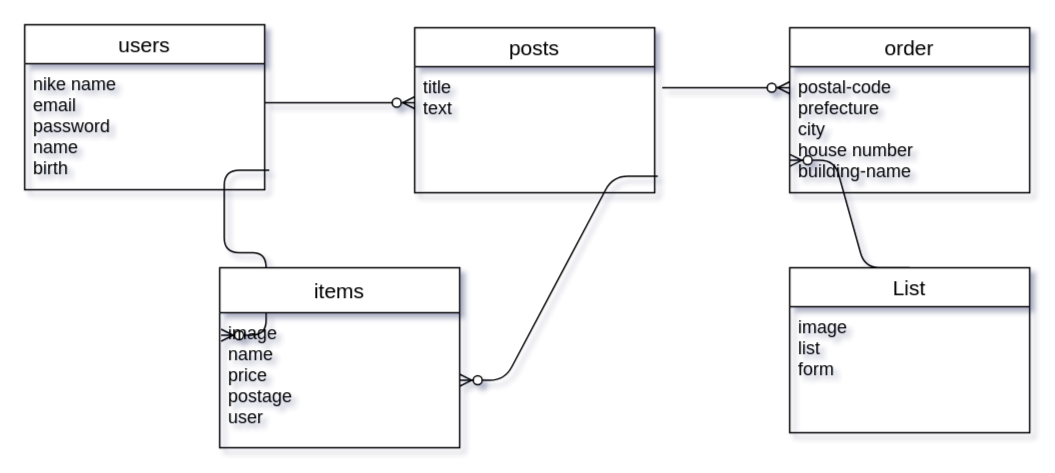
syo0306/furima-32152 keeps this draw.io diagram as test.dio. Above is the earlier version. Source tidied: cells renumbered, new cells numbered last; positions are measured from the earlier drawing's top-left corner, leaving out a move shared by most shapes. Both pictures are drawn from the tidied source at 150%, with x=0, y=0 at pixel (24, 24).
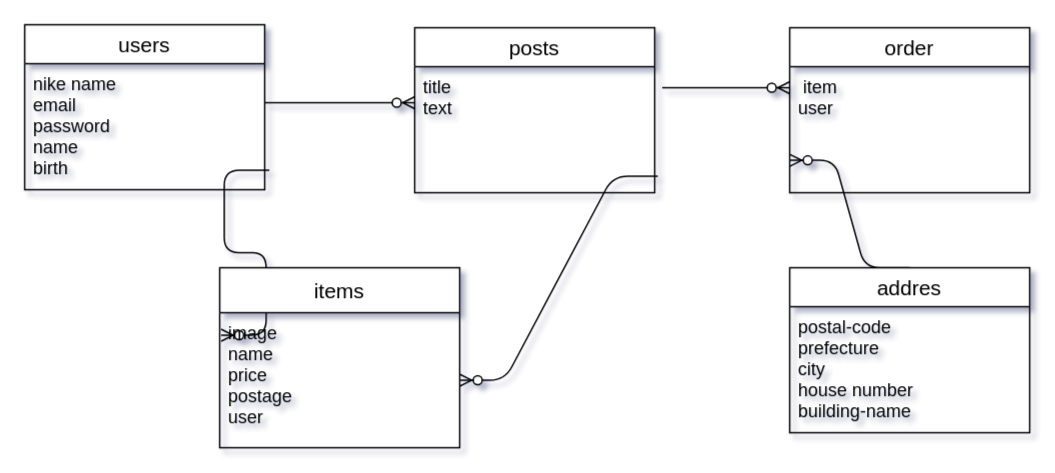
The same page after the edit.

Diff of the diagram source:
```diff
@@
 <mxGraphModel shadow="1">
   <root>
     <mxCell id="0" />
     <mxCell id="1" parent="0" />
     <mxCell id="2" value="users" style="swimlane;fontStyle=0;horizontal=1;startSize=26;align=center;fontSize=14;" parent="1" vertex="1">
       <mxGeometry width="160" height="110" as="geometry" />
     </mxCell>
     <mxCell id="3" value="nike name&#10;email&#10;password&#10;name&#10;birth" style="text;strokeColor=none;fillColor=none;spacingLeft=4;spacingRight=4;overflow=hidden;points=[[0,0.5],[1,0.5]];portConstraint=eastwest;fontSize=12;" parent="2" vertex="1">
       <mxGeometry y="26" width="160" height="84" as="geometry" />
     </mxCell>
     <mxCell id="4" style="edgeStyle=entityRelationEdgeStyle;fontSize=12;html=1;endArrow=ERzeroToMany;endFill=1;" parent="1" edge="1">
       <mxGeometry relative="1" as="geometry">
         <mxPoint x="160" y="52" as="sourcePoint" />
         <mxPoint x="260" y="52" as="targetPoint" />
       </mxGeometry>
     </mxCell>
     <mxCell id="5" style="edgeStyle=entityRelationEdgeStyle;fontSize=12;html=1;endArrow=ERzeroToMany;endFill=1;exitX=1.019;exitY=0.845;exitDx=0;exitDy=0;exitPerimeter=0;entryX=0.006;entryY=0.167;entryDx=0;entryDy=0;entryPerimeter=0;" parent="1" edge="1" source="3" target="12">
       <mxGeometry relative="1" as="geometry" />
     </mxCell>
     <mxCell id="6" style="edgeStyle=entityRelationEdgeStyle;fontSize=12;html=1;endArrow=ERzeroToMany;endFill=1;exitX=1.013;exitY=0.869;exitDx=0;exitDy=0;exitPerimeter=0;" parent="1" edge="1" source="9" target="12">
       <mxGeometry relative="1" as="geometry" />
     </mxCell>
     <mxCell id="7" style="edgeStyle=entityRelationEdgeStyle;fontSize=12;html=1;endArrow=ERzeroToMany;endFill=1;" parent="1" edge="1">
       <mxGeometry relative="1" as="geometry">
         <mxPoint x="425" y="42" as="sourcePoint" />
         <mxPoint x="510" y="42" as="targetPoint" />
       </mxGeometry>
     </mxCell>
     <mxCell id="8" value="posts" style="swimlane;fontStyle=0;horizontal=1;startSize=26;align=center;fontSize=14;" parent="1" vertex="1">
       <mxGeometry x="260" y="2" width="160" height="110" as="geometry" />
     </mxCell>
     <mxCell id="9" value="title&#10;text" style="text;strokeColor=none;fillColor=none;spacingLeft=4;spacingRight=4;overflow=hidden;points=[[0,0.5],[1,0.5]];portConstraint=eastwest;fontSize=12;" parent="8" vertex="1">
       <mxGeometry y="26" width="160" height="84" as="geometry" />
     </mxCell>
     <mxCell id="10" style="edgeStyle=entityRelationEdgeStyle;fontSize=12;html=1;endArrow=ERzeroToMany;endFill=1;exitX=0.5;exitY=0;exitDx=0;exitDy=0;entryX=0;entryY=0.743;entryDx=0;entryDy=0;entryPerimeter=0;" parent="1" edge="1" source="13" target="16">
       <mxGeometry relative="1" as="geometry" />
     </mxCell>
     <mxCell id="11" value="items" style="swimlane;fontStyle=0;horizontal=1;startSize=30;align=center;fontSize=14;" parent="1" vertex="1">
       <mxGeometry x="130" y="162" width="160" height="120" as="geometry" />
     </mxCell>
     <mxCell id="12" value="image&#10;name&#10;price&#10;postage&#10;user" style="text;strokeColor=none;fillColor=none;spacingLeft=4;spacingRight=4;overflow=hidden;points=[[0,0.5],[1,0.5]];portConstraint=eastwest;fontSize=12;" parent="11" vertex="1">
       <mxGeometry y="30" width="160" height="90" as="geometry" />
     </mxCell>
-    <mxCell id="13" value="List" style="swimlane;fontStyle=0;horizontal=1;startSize=26;align=center;fontSize=14;" parent="1" vertex="1">
+    <mxCell id="13" value="addres" style="swimlane;fontStyle=0;horizontal=1;startSize=26;align=center;fontSize=14;" parent="1" vertex="1">
       <mxGeometry x="510" y="162" width="160" height="110" as="geometry" />
     </mxCell>
-    <mxCell id="14" value="image&#10;list&#10;form" style="text;strokeColor=none;fillColor=none;spacingLeft=4;spacingRight=4;overflow=hidden;fontSize=12;" parent="13" vertex="1">
+    <mxCell id="14" value="postal-code&#10;prefecture&#10;city&#10;house number&#10;building-name" style="text;strokeColor=none;fillColor=none;spacingLeft=4;spacingRight=4;overflow=hidden;fontSize=12;" parent="13" vertex="1">
       <mxGeometry y="26" width="160" height="84" as="geometry" />
     </mxCell>
     <mxCell id="15" value="order" style="swimlane;fontStyle=0;horizontal=1;startSize=26;align=center;fontSize=14;" parent="1" vertex="1">
       <mxGeometry x="510" y="2" width="160" height="110" as="geometry" />
     </mxCell>
-    <mxCell id="16" value="postal-code&#10;prefecture&#10;city&#10;house number&#10;building-name" style="text;strokeColor=none;fillColor=none;spacingLeft=4;spacingRight=4;overflow=hidden;points=[[0,0.5],[1,0.5]];portConstraint=eastwest;fontSize=12;" parent="15" vertex="1">
+    <mxCell id="16" value=" item&#10;user" style="text;strokeColor=none;fillColor=none;spacingLeft=4;spacingRight=4;overflow=hidden;points=[[0,0.5],[1,0.5]];portConstraint=eastwest;fontSize=12;" parent="15" vertex="1">
       <mxGeometry y="26" width="160" height="84" as="geometry" />
     </mxCell>
   </root>
 </mxGraphModel>
```
